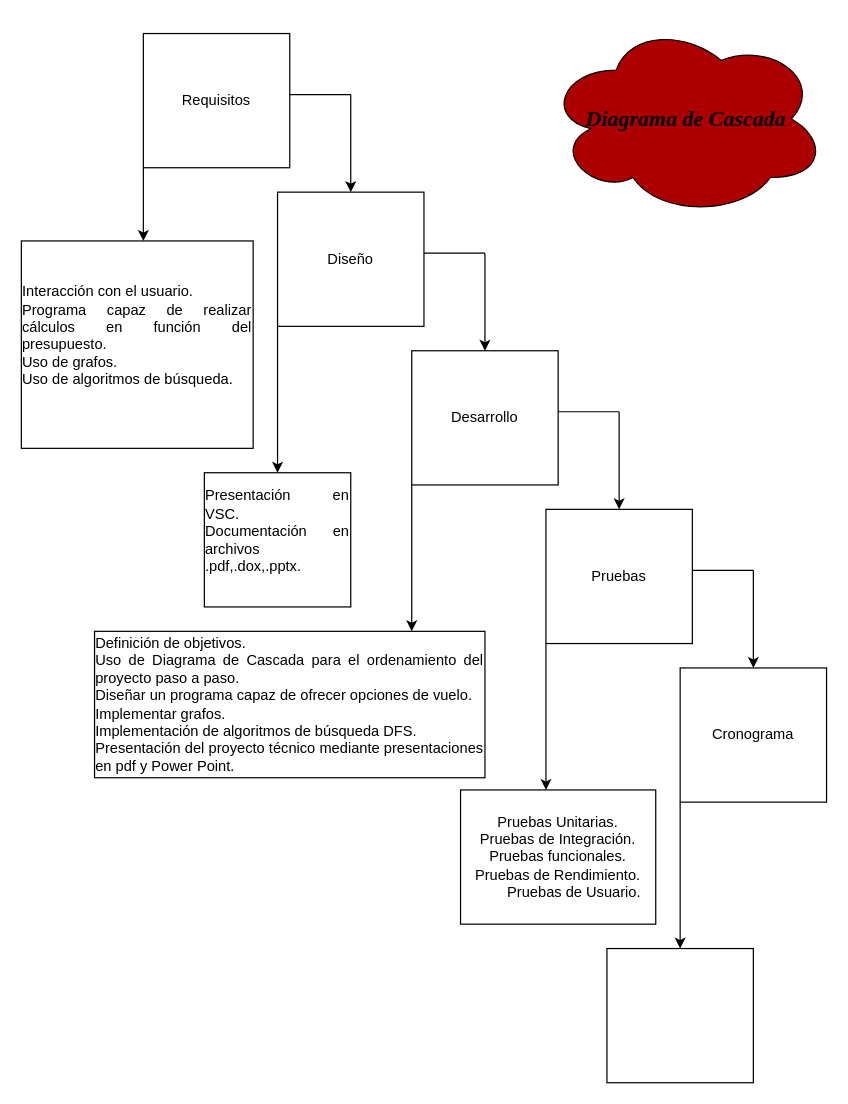
Earlier version of the draw.io diagram D´Vuelo_DiagramadeCascada.drawio (JOziel37/Avances_Proyecxto_PaquetesDeVuelo_Caballero). Source tidied: cells renumbered, new cells numbered last; positions are measured from the earlier drawing's top-left corner, leaving out a move shared by most shapes. Both pictures are drawn from the tidied source at 122%, with x=0, y=0 at pixel (21, 21).
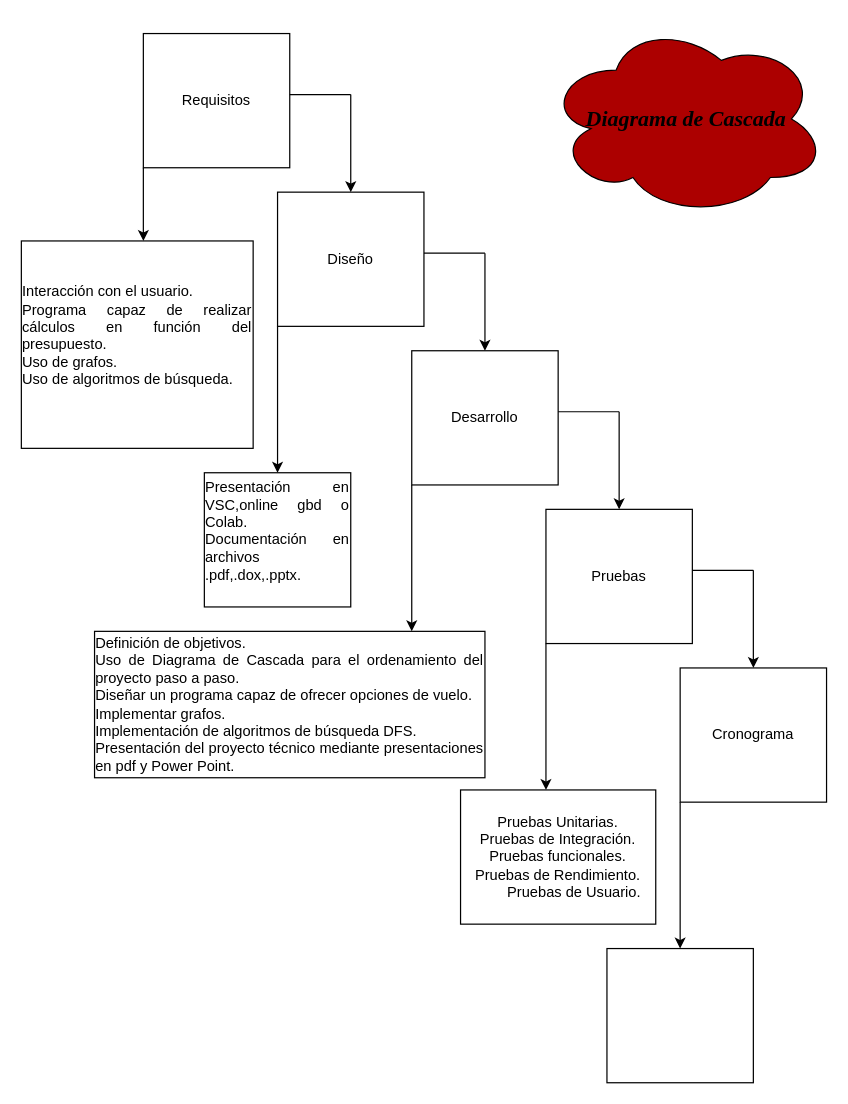
After the change.

What changed in the source:
```diff
@@
-    <mxCell id="24" value="&lt;div style=&quot;text-align: justify;&quot;&gt;&lt;span style=&quot;background-color: transparent; color: light-dark(rgb(0, 0, 0), rgb(255, 255, 255));&quot;&gt;Presentación en VSC.&lt;/span&gt;&lt;/div&gt;&lt;div style=&quot;text-align: justify;&quot;&gt;Documentación en archivos .pdf,.dox,.pptx.&lt;/div&gt;&lt;div&gt;&lt;br&gt;&lt;/div&gt;" style="rounded=0;whiteSpace=wrap;html=1;" parent="1" vertex="1">
+    <mxCell id="24" value="&lt;div style=&quot;text-align: justify;&quot;&gt;&lt;span style=&quot;background-color: transparent; color: light-dark(rgb(0, 0, 0), rgb(255, 255, 255));&quot;&gt;Presentación en VSC,online gbd o Colab.&lt;/span&gt;&lt;/div&gt;&lt;div style=&quot;text-align: justify;&quot;&gt;Documentación en archivos .pdf,.dox,.pptx.&lt;/div&gt;&lt;div&gt;&lt;br&gt;&lt;/div&gt;" style="rounded=0;whiteSpace=wrap;html=1;" parent="1" vertex="1">
       <mxGeometry x="150" y="370" width="120" height="110" as="geometry" />
     </mxCell>
```
